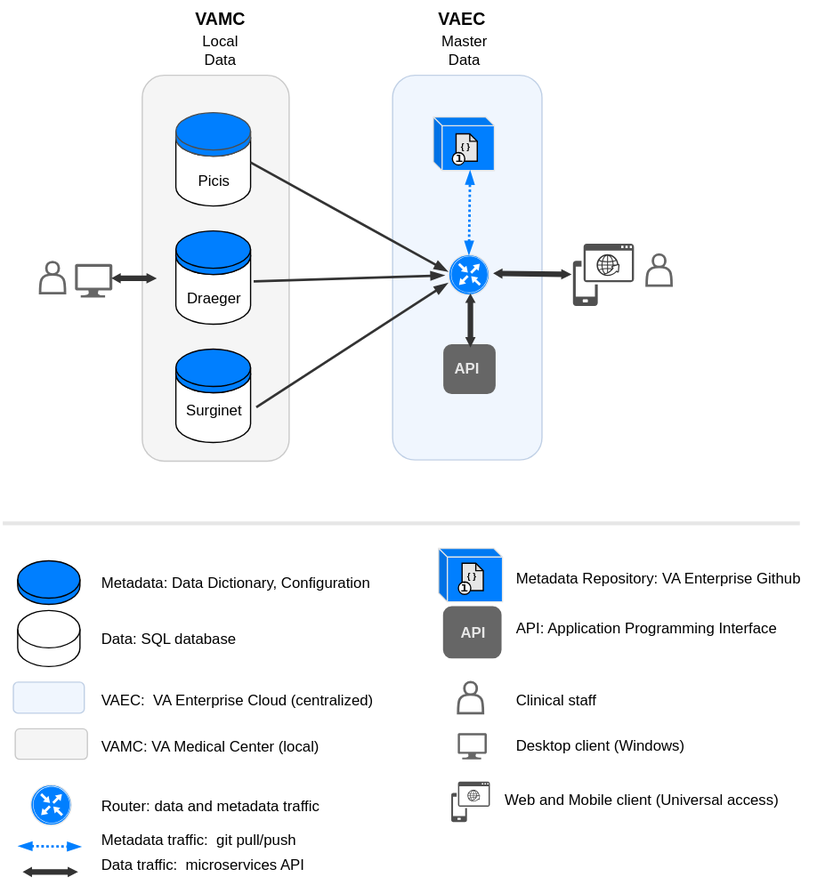
Earlier version of the draw.io export integration2.svg (va-anesthesia/integration). Source tidied: cells renumbered, new cells last; positions are measured from the earlier drawing's top-left corner, leaving out a move shared by most shapes.
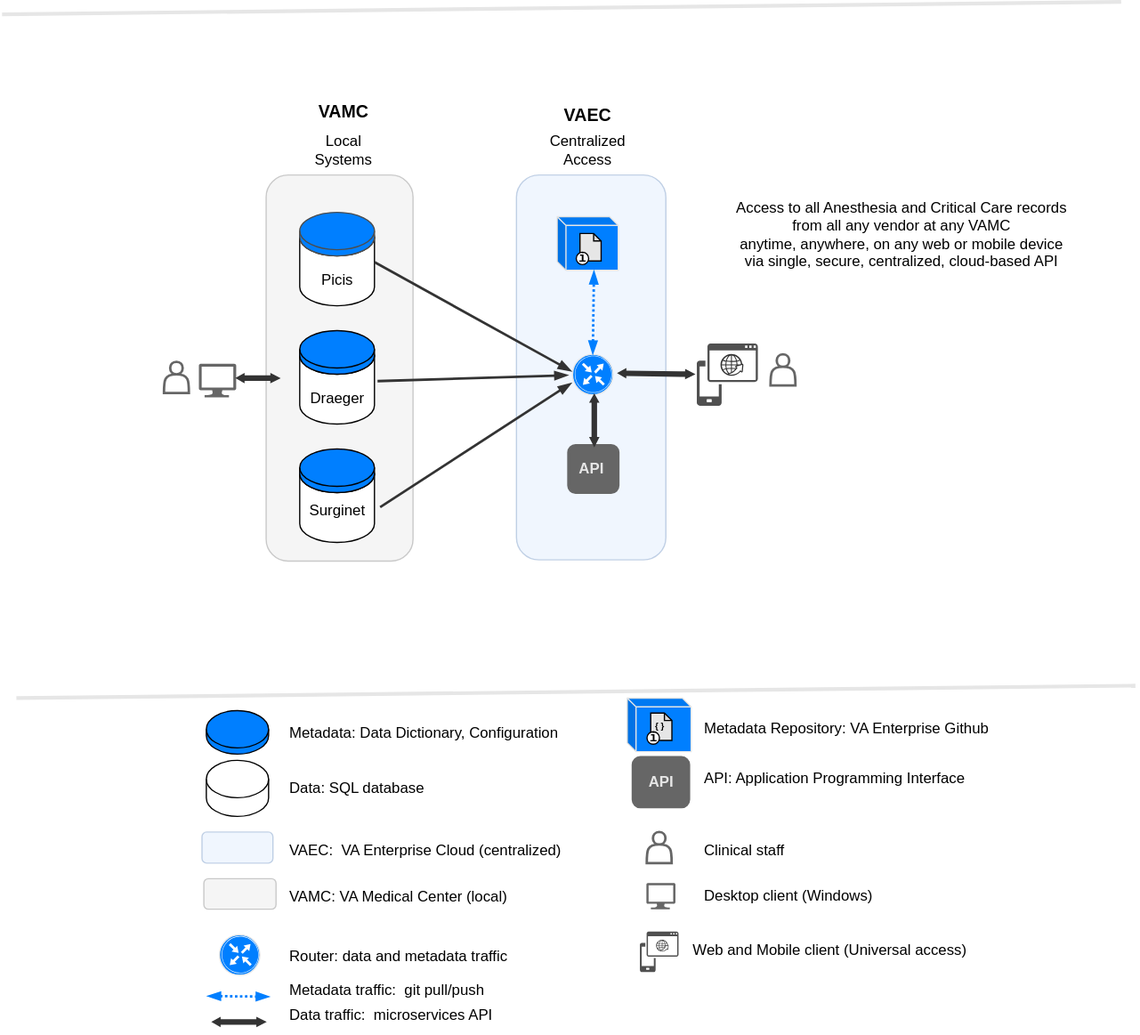
After the commit.

What changed in the source:
```diff
@@ -115,52 +115,55 @@
     </mxCell>
-    <mxCell id="37" style="group;" parent="1" vertex="1">
-      <mxGeometry x="29.5" width="507" height="370" as="geometry" />
-    </mxCell>
+    <mxCell id="77" style="endArrow=none;html=1;strokeWidth=3;strokeColor=#E6E6E6;" parent="1" edge="1">
+      <mxGeometry relative="1" as="geometry">
+        <mxPoint x="-141" y="440" as="sourcePoint" />
+        <mxPoint x="757.5" y="430" as="targetPoint" />
+      </mxGeometry>
+    </mxCell>
-    <mxCell id="38" style="rounded=1;whiteSpace=wrap;html=1;labelBackgroundColor=default;strokeColor=#6c8ebf;strokeWidth=1;fontSize=14;fillColor=#dae8fc;opacity=40;" parent="37" vertex="1">
-      <mxGeometry x="283" y="60" width="120" height="309" as="geometry" />
+    <mxCell id="38" style="rounded=1;whiteSpace=wrap;html=1;labelBackgroundColor=default;strokeColor=#6c8ebf;strokeWidth=1;fontSize=14;fillColor=#dae8fc;opacity=40;" parent="1" vertex="1">
+      <mxGeometry x="260.5" y="20" width="120" height="309" as="geometry" />
     </mxCell>
-    <mxCell id="39" style="rounded=1;whiteSpace=wrap;html=1;labelBackgroundColor=default;strokeColor=#808080;strokeWidth=1;fontSize=14;fillColor=#E6E6E6;opacity=40;" parent="37" vertex="1">
-      <mxGeometry x="82" y="60" width="118" height="310" as="geometry" />
+    <mxCell id="39" style="rounded=1;whiteSpace=wrap;html=1;labelBackgroundColor=default;strokeColor=#808080;strokeWidth=1;fontSize=14;fillColor=#E6E6E6;opacity=40;" parent="1" vertex="1">
+      <mxGeometry x="59.5" y="20" width="118" height="310" as="geometry" />
     </mxCell>
-    <mxCell id="40" style="shape=cylinder3;whiteSpace=wrap;html=1;boundedLbl=1;backgroundOutline=1;size=15;" parent="37" vertex="1">
-      <mxGeometry x="109" y="95" width="60" height="70" as="geometry" />
+    <mxCell id="40" style="shape=cylinder3;whiteSpace=wrap;html=1;boundedLbl=1;backgroundOutline=1;size=15;" parent="1" vertex="1">
+      <mxGeometry x="86.5" y="55" width="60" height="70" as="geometry" />
     </mxCell>
-    <mxCell id="41" style="shape=cylinder3;whiteSpace=wrap;html=1;boundedLbl=1;backgroundOutline=1;size=15;fillColor=#007FFF;strokeColor=#4D4D4D;" parent="37" vertex="1">
-      <mxGeometry x="109" y="90" width="60" height="35" as="geometry" />
+    <mxCell id="41" style="shape=cylinder3;whiteSpace=wrap;html=1;boundedLbl=1;backgroundOutline=1;size=15;fillColor=#007FFF;strokeColor=#4D4D4D;" parent="1" vertex="1">
+      <mxGeometry x="86.5" y="50" width="60" height="35" as="geometry" />
     </mxCell>
-    <mxCell id="42" style="shape=cylinder3;whiteSpace=wrap;html=1;boundedLbl=1;backgroundOutline=1;size=15;" parent="37" vertex="1">
-      <mxGeometry x="109" y="190" width="60" height="70" as="geometry" />
+    <mxCell id="42" style="shape=cylinder3;whiteSpace=wrap;html=1;boundedLbl=1;backgroundOutline=1;size=15;" parent="1" vertex="1">
+      <mxGeometry x="86.5" y="150" width="60" height="70" as="geometry" />
     </mxCell>
-    <mxCell id="43" style="shape=cylinder3;whiteSpace=wrap;html=1;boundedLbl=1;backgroundOutline=1;size=15;fillColor=#007FFF;" parent="37" vertex="1">
-      <mxGeometry x="109" y="185" width="60" height="35" as="geometry" />
+    <mxCell id="43" style="shape=cylinder3;whiteSpace=wrap;html=1;boundedLbl=1;backgroundOutline=1;size=15;fillColor=#007FFF;" parent="1" vertex="1">
+      <mxGeometry x="86.5" y="145" width="60" height="35" as="geometry" />
     </mxCell>
-    <mxCell id="44" style="shape=cylinder3;whiteSpace=wrap;html=1;boundedLbl=1;backgroundOutline=1;size=15;" parent="37" vertex="1">
-      <mxGeometry x="109" y="285" width="60" height="70" as="geometry" />
+    <mxCell id="44" style="shape=cylinder3;whiteSpace=wrap;html=1;boundedLbl=1;backgroundOutline=1;size=15;" parent="1" vertex="1">
+      <mxGeometry x="86.5" y="245" width="60" height="70" as="geometry" />
     </mxCell>
-    <mxCell id="45" style="shape=cylinder3;whiteSpace=wrap;html=1;boundedLbl=1;backgroundOutline=1;size=15;fillColor=#007FFF;" parent="37" vertex="1">
-      <mxGeometry x="109" y="280" width="60" height="35" as="geometry" />
+    <mxCell id="45" style="shape=cylinder3;whiteSpace=wrap;html=1;boundedLbl=1;backgroundOutline=1;size=15;fillColor=#007FFF;" parent="1" vertex="1">
+      <mxGeometry x="86.5" y="240" width="60" height="35" as="geometry" />
     </mxCell>
-    <mxCell id="46" value="Master&lt;br&gt;Data" style="text;html=1;align=center;verticalAlign=middle;strokeColor=none;fillColor=none;" parent="37" vertex="1">
-      <mxGeometry x="310" y="20" width="60" height="40" as="geometry" />
+    <mxCell id="46" value="Centralized&lt;br&gt;Access" style="text;html=1;align=center;verticalAlign=middle;strokeColor=none;fillColor=none;" parent="1" vertex="1">
+      <mxGeometry x="277.5" y="-20" width="80" height="40" as="geometry" />
     </mxCell>
-    <mxCell id="47" value="Local&lt;br&gt;Data" style="text;html=1;align=center;verticalAlign=middle;strokeColor=none;fillColor=none;" parent="37" vertex="1">
-      <mxGeometry x="119" y="20" width="50" height="40" as="geometry" />
+    <mxCell id="47" value="Local&lt;br&gt;Systems" style="text;html=1;align=center;verticalAlign=middle;strokeColor=none;fillColor=none;" parent="1" vertex="1">
+      <mxGeometry x="86.5" y="-20" width="70" height="40" as="geometry" />
     </mxCell>
-    <mxCell id="48" value="Picis" style="text;html=1;align=center;verticalAlign=middle;strokeColor=none;fillColor=none;" parent="37" vertex="1">
-      <mxGeometry x="114" y="130" width="50" height="30" as="geometry" />
+    <mxCell id="48" value="Picis" style="text;html=1;align=center;verticalAlign=middle;strokeColor=none;fillColor=none;" parent="1" vertex="1">
+      <mxGeometry x="91.5" y="90" width="50" height="30" as="geometry" />
     </mxCell>
-    <mxCell id="49" value="Draeger" style="text;html=1;align=center;verticalAlign=middle;points=[];strokeColor=none;fillColor=none;" parent="37" vertex="1">
-      <mxGeometry x="104" y="225" width="70" height="30" as="geometry" />
+    <mxCell id="49" value="Draeger" style="text;html=1;align=center;verticalAlign=middle;points=[];strokeColor=none;fillColor=none;" parent="1" vertex="1">
+      <mxGeometry x="81.5" y="185" width="70" height="30" as="geometry" />
     </mxCell>
-    <mxCell id="50" value="Surginet" style="text;html=1;align=center;verticalAlign=middle;points=[];strokeColor=none;fillColor=none;" parent="37" vertex="1">
-      <mxGeometry x="104" y="315" width="70" height="30" as="geometry" />
+    <mxCell id="50" value="Surginet" style="text;html=1;align=center;verticalAlign=middle;points=[];strokeColor=none;fillColor=none;" parent="1" vertex="1">
+      <mxGeometry x="81.5" y="275" width="70" height="30" as="geometry" />
     </mxCell>
-    <mxCell id="51" value="VAMC" style="text;html=1;align=center;verticalAlign=middle;strokeColor=none;fillColor=none;fontStyle=1;fontSize=14;" parent="37" vertex="1">
-      <mxGeometry x="114" width="60" height="30" as="geometry" />
+    <mxCell id="51" value="VAMC" style="text;html=1;align=center;verticalAlign=middle;strokeColor=none;fillColor=none;fontStyle=1;fontSize=14;" parent="1" vertex="1">
+      <mxGeometry x="91.5" y="-46" width="60" height="30" as="geometry" />
     </mxCell>
-    <mxCell id="52" value="VAEC" style="text;html=1;align=center;verticalAlign=middle;strokeColor=none;fillColor=none;fontStyle=1;fontSize=14;" parent="37" vertex="1">
-      <mxGeometry x="308.8" width="60" height="30" as="geometry" />
+    <mxCell id="52" value="VAEC" style="text;html=1;align=center;verticalAlign=middle;strokeColor=none;fillColor=none;fontStyle=1;fontSize=14;" parent="1" vertex="1">
+      <mxGeometry x="287.5" y="-43" width="60" height="30" as="geometry" />
     </mxCell>
-    <mxCell id="53" style="group;" parent="37" vertex="1">
-      <mxGeometry x="328.1" y="204" width="35.9" height="32.5" as="geometry" />
+    <mxCell id="53" style="group;" parent="1" vertex="1">
+      <mxGeometry x="305.6" y="164" width="35.9" height="32.5" as="geometry" />
     </mxCell>
@@ -175,11 +178,11 @@
     </mxCell>
-    <mxCell id="57" style="shape=actor;whiteSpace=wrap;html=1;labelBackgroundColor=default;strokeColor=#666666;fontSize=14;fillColor=#FFFFFF;strokeWidth=2;" parent="37" vertex="1">
-      <mxGeometry y="210" width="20" height="25" as="geometry" />
+    <mxCell id="57" style="shape=actor;whiteSpace=wrap;html=1;labelBackgroundColor=default;strokeColor=#666666;fontSize=14;fillColor=#FFFFFF;strokeWidth=2;" parent="1" vertex="1">
+      <mxGeometry x="-22.5" y="170" width="20" height="25" as="geometry" />
     </mxCell>
-    <mxCell id="58" style="shape=flexArrow;endArrow=classic;startArrow=classic;html=1;strokeColor=none;strokeWidth=0.5;fontSize=14;endWidth=3.45297228008332;endSize=2.6116883116883116;width=4.434389140271493;startWidth=3.45297228008332;startSize=2.3265822784810126;fillColor=#333333;" parent="37" edge="1">
+    <mxCell id="58" style="shape=flexArrow;endArrow=classic;startArrow=classic;html=1;strokeColor=none;strokeWidth=0.5;fontSize=14;endWidth=3.45297228008332;endSize=2.6116883116883116;width=4.434389140271493;startWidth=3.45297228008332;startSize=2.3265822784810126;fillColor=#333333;" parent="1" edge="1">
       <mxGeometry relative="1" as="geometry">
-        <mxPoint x="363.5" y="219.1" as="sourcePoint" />
-        <mxPoint x="427" y="220" as="targetPoint" />
+        <mxPoint x="341" y="179.1" as="sourcePoint" />
+        <mxPoint x="404.5" y="180" as="targetPoint" />
         <Array as="points">
-          <mxPoint x="363.5" y="219.1" />
+          <mxPoint x="341" y="179.1" />
         </Array>
@@ -187,44 +190,44 @@
     </mxCell>
-    <mxCell id="59" style="endArrow=blockThin;html=1;strokeColor=#333333;strokeWidth=2;fontFamily=Verdana;fontSize=9;fillColor=#666666;jumpSize=6;endFill=1;exitX=1;exitY=0.5;exitDx=0;exitDy=0;exitPerimeter=0;entryX=0;entryY=0.5;entryDx=0;entryDy=0;" parent="37" edge="1" source="40">
+    <mxCell id="59" style="endArrow=blockThin;html=1;strokeColor=#333333;strokeWidth=2;fontFamily=Verdana;fontSize=9;fillColor=#666666;jumpSize=6;endFill=1;exitX=1;exitY=0.5;exitDx=0;exitDy=0;exitPerimeter=0;entryX=0;entryY=0.5;entryDx=0;entryDy=0;" parent="1" edge="1" source="40">
       <mxGeometry relative="1" as="geometry">
-        <mxPoint x="327.2" y="217.5" as="targetPoint" />
+        <mxPoint x="304.7" y="177.5" as="targetPoint" />
       </mxGeometry>
     </mxCell>
-    <mxCell id="60" style="endArrow=blockThin;html=1;strokeColor=#333333;strokeWidth=2;fontFamily=Verdana;fontSize=9;fillColor=#666666;jumpSize=6;endFill=1;exitX=0.964;exitY=0.017;exitDx=0;exitDy=0;exitPerimeter=0;entryX=-0.068;entryY=0.586;entryDx=0;entryDy=0;entryPerimeter=0;" parent="37" edge="1" source="49">
+    <mxCell id="60" style="endArrow=blockThin;html=1;strokeColor=#333333;strokeWidth=2;fontFamily=Verdana;fontSize=9;fillColor=#666666;jumpSize=6;endFill=1;exitX=0.964;exitY=0.017;exitDx=0;exitDy=0;exitPerimeter=0;entryX=-0.068;entryY=0.586;entryDx=0;entryDy=0;entryPerimeter=0;" parent="1" edge="1" source="49">
       <mxGeometry relative="1" as="geometry">
-        <mxPoint x="324.5" y="220.8" as="targetPoint" />
+        <mxPoint x="302" y="180.8" as="targetPoint" />
       </mxGeometry>
     </mxCell>
-    <mxCell id="61" style="endArrow=blockThin;html=1;strokeColor=#333333;strokeWidth=2;fontFamily=Verdana;fontSize=9;fillColor=#666666;jumpSize=6;endFill=1;exitX=0.994;exitY=0.389;exitDx=0;exitDy=0;exitPerimeter=0;entryX=0;entryY=0.75;entryDx=0;entryDy=0;" parent="37" edge="1" source="50">
+    <mxCell id="61" style="endArrow=blockThin;html=1;strokeColor=#333333;strokeWidth=2;fontFamily=Verdana;fontSize=9;fillColor=#666666;jumpSize=6;endFill=1;exitX=0.994;exitY=0.389;exitDx=0;exitDy=0;exitPerimeter=0;entryX=0;entryY=0.75;entryDx=0;entryDy=0;" parent="1" edge="1" source="50">
       <mxGeometry relative="1" as="geometry">
-        <mxPoint x="327.2" y="227" as="targetPoint" />
+        <mxPoint x="304.7" y="187" as="targetPoint" />
       </mxGeometry>
     </mxCell>
-    <mxCell id="62" style="shape=cube;whiteSpace=wrap;html=1;boundedLbl=1;backgroundOutline=1;darkOpacity=0.05;darkOpacity2=0.1;fontSize=14;fillColor=#007FFF;size=7;strokeColor=#E6E6E6;" parent="37" vertex="1">
-      <mxGeometry x="315.8" y="93.5" width="49" height="43" as="geometry" />
+    <mxCell id="62" style="shape=cube;whiteSpace=wrap;html=1;boundedLbl=1;backgroundOutline=1;darkOpacity=0.05;darkOpacity2=0.1;fontSize=14;fillColor=#007FFF;size=7;strokeColor=#E6E6E6;" parent="1" vertex="1">
+      <mxGeometry x="293.2" y="53.5" width="49" height="43" as="geometry" />
     </mxCell>
-    <mxCell id="63" style="endArrow=blockThin;dashed=1;html=1;entryX=0.602;entryY=1.007;entryDx=0;entryDy=0;entryPerimeter=0;exitX=0.5;exitY=0;exitDx=0;exitDy=0;strokeColor=#007FFF;strokeWidth=2;startArrow=blockThin;startFill=1;endFill=1;dashPattern=1 1;" parent="37" edge="1" source="55" target="62">
+    <mxCell id="63" style="endArrow=blockThin;dashed=1;html=1;entryX=0.602;entryY=1.007;entryDx=0;entryDy=0;entryPerimeter=0;exitX=0.5;exitY=0;exitDx=0;exitDy=0;strokeColor=#007FFF;strokeWidth=2;startArrow=blockThin;startFill=1;endFill=1;dashPattern=1 1;" parent="1" edge="1" source="55" target="62">
       <mxGeometry relative="1" as="geometry" />
     </mxCell>
-    <mxCell id="64" style="sketch=0;shadow=0;dashed=0;html=1;strokeColor=none;labelPosition=center;verticalLabelPosition=bottom;verticalAlign=top;align=center;fillColor=#666666;shape=mxgraph.azure.computer;labelBackgroundColor=default;fontSize=14;" parent="37" vertex="1">
-      <mxGeometry x="28" y="211.5" width="30" height="27" as="geometry" />
+    <mxCell id="64" style="sketch=0;shadow=0;dashed=0;html=1;strokeColor=none;labelPosition=center;verticalLabelPosition=bottom;verticalAlign=top;align=center;fillColor=#666666;shape=mxgraph.azure.computer;labelBackgroundColor=default;fontSize=14;" parent="1" vertex="1">
+      <mxGeometry x="5.5" y="171.5" width="30" height="27" as="geometry" />
     </mxCell>
-    <mxCell id="65" style="shape=flexArrow;endArrow=classic;startArrow=classic;html=1;strokeColor=none;strokeWidth=0.5;fontSize=14;endWidth=3.45297228008332;endSize=2.6116883116883116;width=4.434389140271493;startWidth=3.45297228008332;startSize=2.3265822784810126;fillColor=#333333;" parent="37" edge="1">
+    <mxCell id="65" style="shape=flexArrow;endArrow=classic;startArrow=classic;html=1;strokeColor=none;strokeWidth=0.5;fontSize=14;endWidth=3.45297228008332;endSize=2.6116883116883116;width=4.434389140271493;startWidth=3.45297228008332;startSize=2.3265822784810126;fillColor=#333333;" parent="1" edge="1">
       <mxGeometry relative="1" as="geometry">
-        <mxPoint x="57" y="223" as="sourcePoint" />
-        <mxPoint x="94" y="223.2" as="targetPoint" />
+        <mxPoint x="34.5" y="183" as="sourcePoint" />
+        <mxPoint x="71.5" y="183.2" as="targetPoint" />
       </mxGeometry>
     </mxCell>
-    <mxCell id="66" style="rounded=1;whiteSpace=wrap;html=1;labelBackgroundColor=default;strokeColor=#666666;strokeWidth=2;fontSize=14;fillColor=#666666;" parent="37" vertex="1">
-      <mxGeometry x="324.8" y="277" width="40" height="38" as="geometry" />
+    <mxCell id="66" style="rounded=1;whiteSpace=wrap;html=1;labelBackgroundColor=default;strokeColor=#666666;strokeWidth=2;fontSize=14;fillColor=#666666;" parent="1" vertex="1">
+      <mxGeometry x="302.2" y="237" width="40" height="38" as="geometry" />
     </mxCell>
-    <mxCell id="67" value="API" style="text;html=1;align=center;verticalAlign=middle;strokeColor=none;fillColor=none;fontStyle=1;fontColor=#E6E6E6;" parent="37" vertex="1">
-      <mxGeometry x="322.5" y="281" width="40" height="30" as="geometry" />
+    <mxCell id="67" value="API" style="text;html=1;align=center;verticalAlign=middle;strokeColor=none;fillColor=none;fontStyle=1;fontColor=#E6E6E6;" parent="1" vertex="1">
+      <mxGeometry x="300" y="241" width="40" height="30" as="geometry" />
     </mxCell>
-    <mxCell id="68" style="shape=flexArrow;endArrow=classic;startArrow=classic;html=1;strokeColor=none;strokeWidth=0.5;fontSize=14;endWidth=3.45297228008332;endSize=2.6116883116883116;width=4.434389140271493;startWidth=3.45297228008332;startSize=2.3265822784810126;fillColor=#333333;entryX=0.5;entryY=0;entryDx=0;entryDy=0;entryPerimeter=0;" parent="37" edge="1">
+    <mxCell id="68" style="shape=flexArrow;endArrow=classic;startArrow=classic;html=1;strokeColor=none;strokeWidth=0.5;fontSize=14;endWidth=3.45297228008332;endSize=2.6116883116883116;width=4.434389140271493;startWidth=3.45297228008332;startSize=2.3265822784810126;fillColor=#333333;entryX=0.5;entryY=0;entryDx=0;entryDy=0;entryPerimeter=0;" parent="1" edge="1">
       <mxGeometry relative="1" as="geometry">
-        <mxPoint x="345.5" y="235.1" as="sourcePoint" />
-        <mxPoint x="345.5" y="279" as="targetPoint" />
+        <mxPoint x="323" y="195.1" as="sourcePoint" />
+        <mxPoint x="323" y="239" as="targetPoint" />
         <Array as="points">
-          <mxPoint x="345.5" y="235.1" />
+          <mxPoint x="323" y="195.1" />
         </Array>
@@ -232,4 +235,4 @@
     </mxCell>
-    <mxCell id="69" style="group;" parent="37" vertex="1">
-      <mxGeometry x="321" y="107" width="35.5" height="33" as="geometry" />
+    <mxCell id="69" style="group;" parent="1" vertex="1">
+      <mxGeometry x="298.5" y="67" width="35.5" height="33" as="geometry" />
     </mxCell>
@@ -244,20 +247,20 @@
     </mxCell>
-    <mxCell id="73" value="&lt;span style=&quot;font-size: 7px;&quot;&gt;&lt;b&gt;{ }&lt;/b&gt;&lt;/span&gt;" style="text;html=1;align=center;verticalAlign=middle;strokeColor=none;fillColor=none;fontSize=8;fontFamily=Helvetica;" parent="69" vertex="1">
-      <mxGeometry x="5.5" width="30" height="20" as="geometry" />
-    </mxCell>
-    <mxCell id="74" style="sketch=0;shadow=0;dashed=0;html=1;strokeColor=none;labelPosition=center;verticalLabelPosition=bottom;verticalAlign=top;align=center;fillColor=#505050;shape=mxgraph.mscae.intune.device_os;fontColor=#E6E6E6;" parent="37" vertex="1">
-      <mxGeometry x="427.8" y="195.2" width="49" height="50" as="geometry" />
+    <mxCell id="74" style="sketch=0;shadow=0;dashed=0;html=1;strokeColor=none;labelPosition=center;verticalLabelPosition=bottom;verticalAlign=top;align=center;fillColor=#505050;shape=mxgraph.mscae.intune.device_os;fontColor=#E6E6E6;" parent="1" vertex="1">
+      <mxGeometry x="405.3" y="155.2" width="49" height="50" as="geometry" />
     </mxCell>
-    <mxCell id="75" style="sketch=0;html=1;strokeColor=none;shadow=0;align=center;verticalAlign=top;fillColor=#333333;shape=mxgraph.gcp2.globe_world;fontColor=#E6E6E6;" parent="37" vertex="1">
-      <mxGeometry x="446.8" y="203.8" width="18.4" height="17.5" as="geometry" />
+    <mxCell id="75" style="sketch=0;html=1;strokeColor=none;shadow=0;align=center;verticalAlign=top;fillColor=#333333;shape=mxgraph.gcp2.globe_world;fontColor=#E6E6E6;" parent="1" vertex="1">
+      <mxGeometry x="424.3" y="163.8" width="18.4" height="17.5" as="geometry" />
     </mxCell>
-    <mxCell id="76" style="shape=actor;whiteSpace=wrap;html=1;labelBackgroundColor=default;strokeColor=#666666;fontSize=14;fillColor=#FFFFFF;strokeWidth=2;" parent="37" vertex="1">
-      <mxGeometry x="487" y="204" width="20" height="25" as="geometry" />
+    <mxCell id="76" style="shape=actor;whiteSpace=wrap;html=1;labelBackgroundColor=default;strokeColor=#666666;fontSize=14;fillColor=#FFFFFF;strokeWidth=2;" parent="1" vertex="1">
+      <mxGeometry x="464.5" y="164" width="20" height="25" as="geometry" />
     </mxCell>
-    <mxCell id="77" style="endArrow=none;html=1;strokeWidth=3;strokeColor=#E6E6E6;" parent="1" edge="1">
-      <mxGeometry relative="1" as="geometry">
-        <mxPoint x="-0.5" y="420" as="sourcePoint" />
-        <mxPoint x="639.5" y="420" as="targetPoint" />
-      </mxGeometry>
-    </mxCell>
+    <mxCell id="78" value="Access to all Anesthesia and Critical Care records&lt;br&gt;&amp;nbsp;from all any vendor at any VAMC&lt;br&gt;anytime, anywhere, on any web or mobile device&amp;nbsp;&lt;br&gt;via single, secure, centralized, cloud-based API" style="text;html=1;align=center;verticalAlign=middle;strokeColor=none;fillColor=none;labelBorderColor=none;fontColor=default;" parent="1" vertex="1">
+      <mxGeometry x="424.3" y="32.5" width="290" height="70" as="geometry" />
+    </mxCell>
+    <mxCell id="79" style="endArrow=none;html=1;strokeWidth=3;strokeColor=#E6E6E6;" parent="1" edge="1">
+      <mxGeometry relative="1" as="geometry">
+        <mxPoint x="-152.5" y="-109" as="sourcePoint" />
+        <mxPoint x="746" y="-119" as="targetPoint" />
+      </mxGeometry>
+    </mxCell>
   </root>
```
